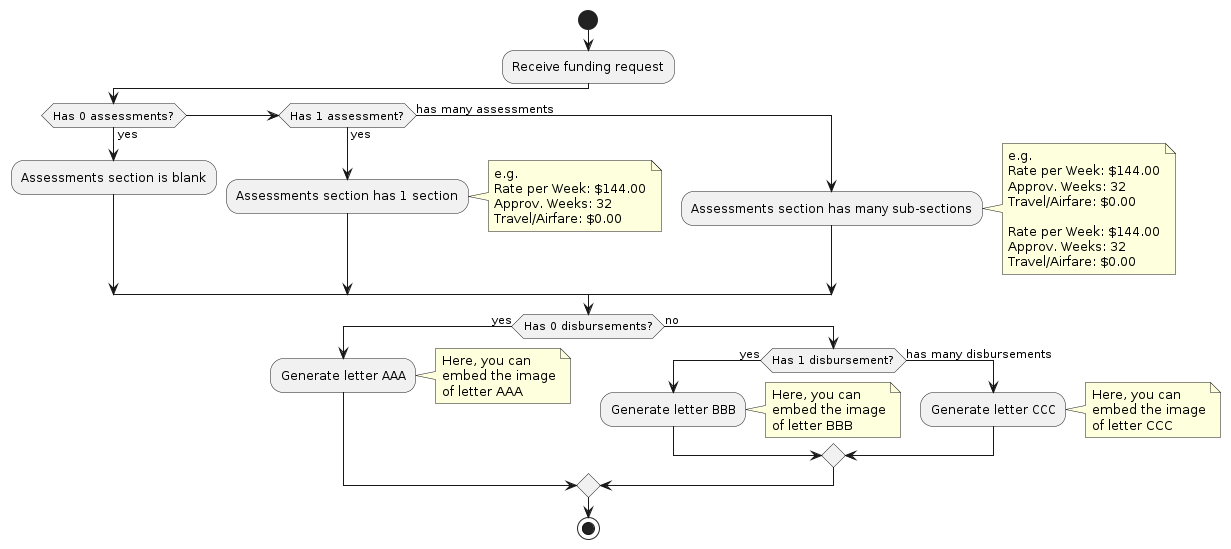
ytgov/sfa-client keeps this PlantUML diagram as Design/Diagram, Funding Request Letters, 2023-08-24.png. Above is the earlier version.
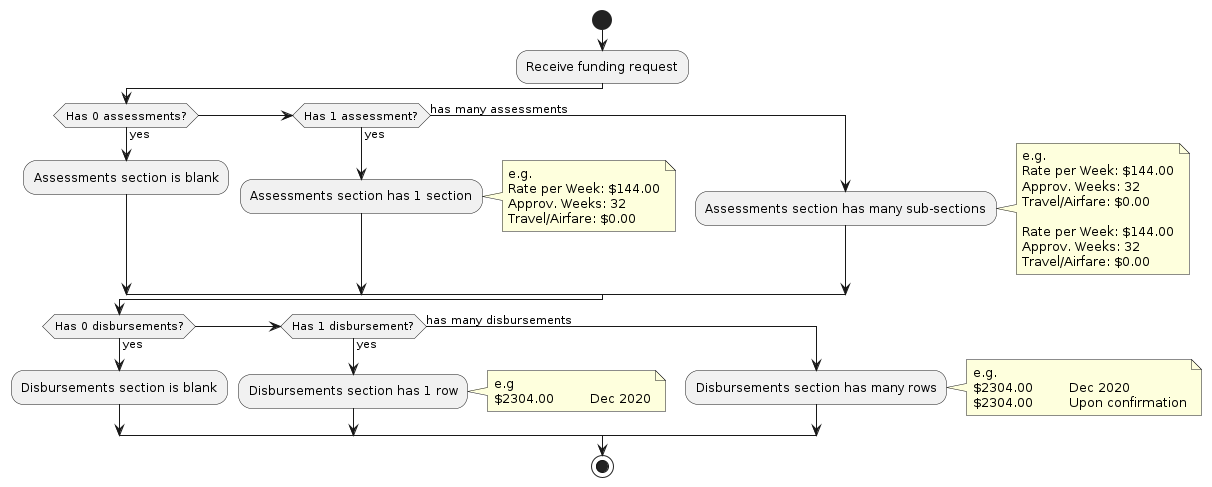
The same file after the commit.

Commit message:
:tophat: Improve description of effect off disbursement variation.

The edit, as a diff of the source:
```diff
@@ -28,28 +28,20 @@
 endif
 
 if (Has 0 disbursements?) then (yes)
-  :Generate letter AAA;
+  :Disbursements section is blank;
+elseif (Has 1 disbursement?) then (yes)
+  :Disbursements section has 1 row;
   note right
-    Here, you can
-    embed the image
-    of letter AAA
+  e.g
+  $2304.00 	Dec 2020
   end note
-else (no)
-  if (Has 1 disbursement?) then (yes)
-    :Generate letter BBB;
-    note right
-      Here, you can
-      embed the image
-      of letter BBB
-    end note
-  else (has many disbursements)
-    :Generate letter CCC;
-    note right
-      Here, you can
-      embed the image
-      of letter CCC
-    end note
-  endif
+else (has many disbursements)
+  :Disbursements section has many rows;
+  note right
+    e.g.
+    $2304.00 	Dec 2020
+    $2304.00 	Upon confirmation
+  end note
 endif
 
 stop
```
